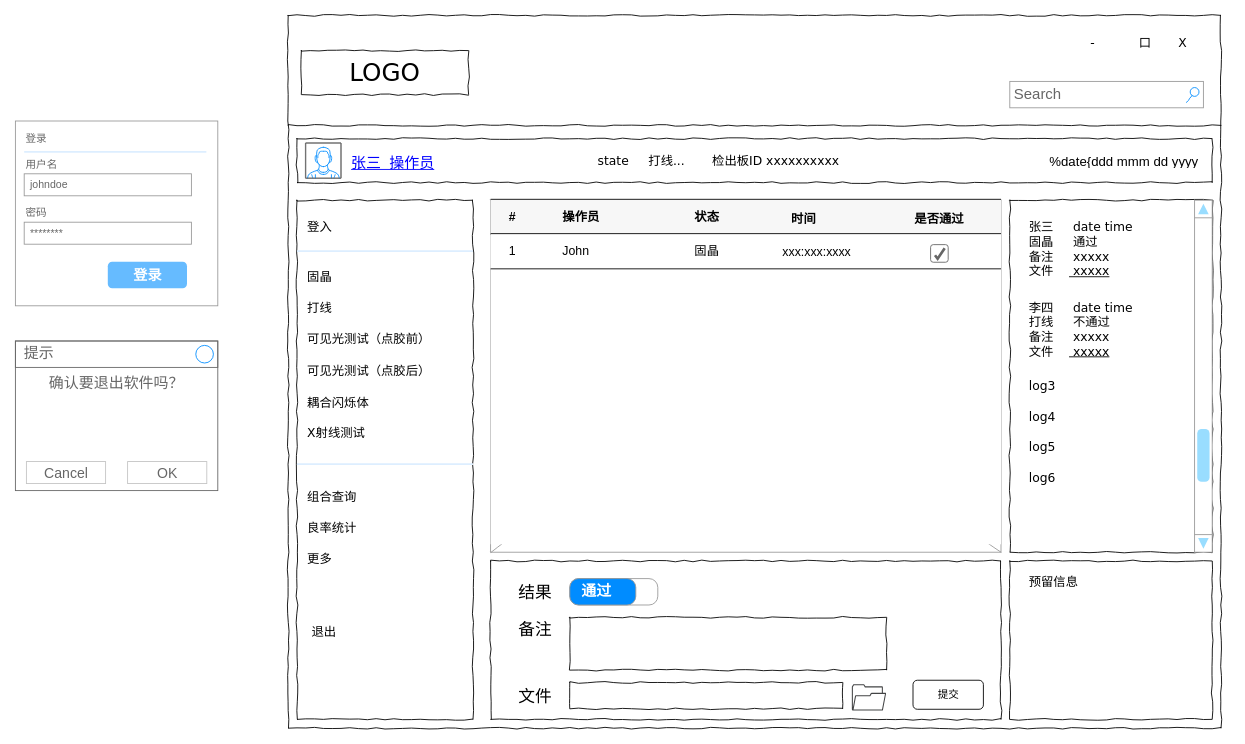
Above: Untitled Diagram.drawio in YanBingxin/Dream (draw.io), before the change. Source tidied: cells renumbered, new cells numbered last; positions are measured from the earlier drawing's top-left corner, leaving out a move shared by most shapes. Both pictures are drawn from the tidied source at 88%, with x=0, y=0 at pixel (15, 15).
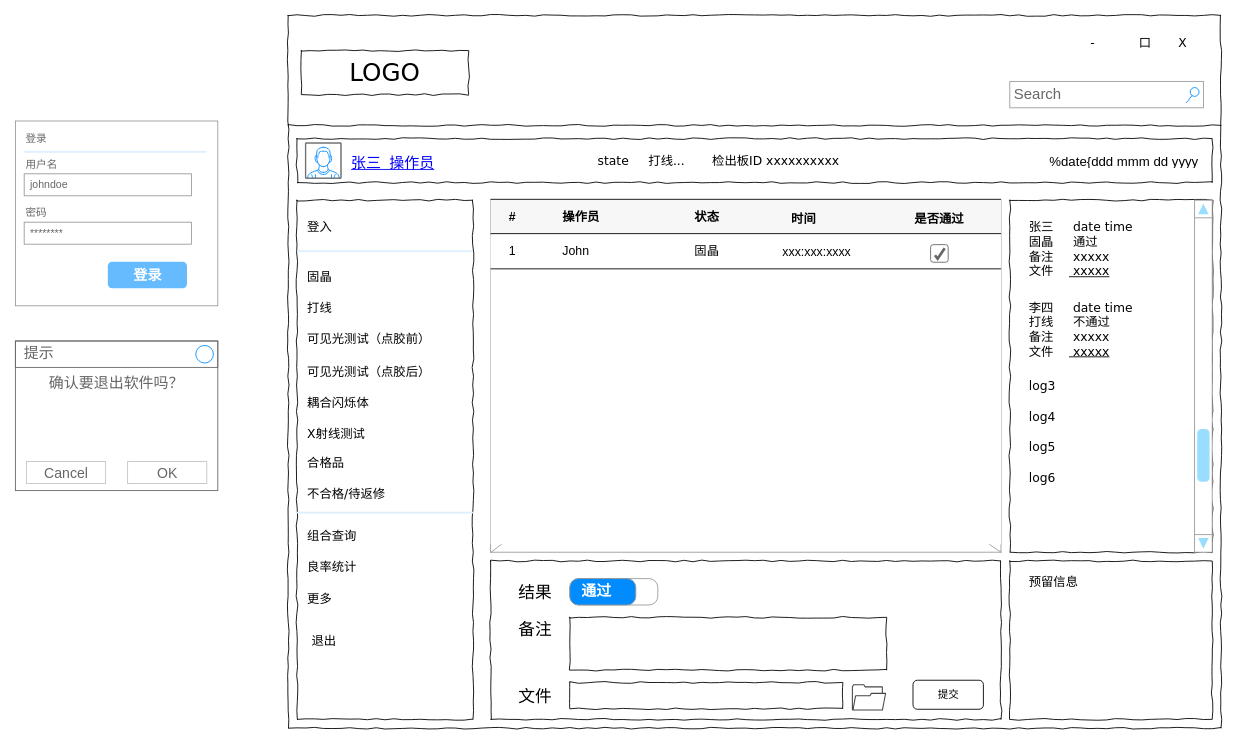
After the change.

The edit, as a diff of the source:
```diff
@@
     <mxCell id="19" value="X射线测试" style="text;html=1;align=left;verticalAlign=top;spacingTop=-4;fontSize=14;fontFamily=Verdana;fontColor=#000000;" parent="1" vertex="1">
-      <mxGeometry x="330" y="464" width="170" height="20" as="geometry" />
+      <mxGeometry x="330" y="465" width="170" height="20" as="geometry" />
     </mxCell>
     <mxCell id="20" value="组合查询" style="text;html=1;align=left;verticalAlign=top;spacingTop=-4;fontSize=14;fontFamily=Verdana;fontColor=#000000;" parent="1" vertex="1">
-      <mxGeometry x="330" y="536" width="170" height="20" as="geometry" />
+      <mxGeometry x="330" y="581" width="170" height="20" as="geometry" />
     </mxCell>
     <mxCell id="21" value="良率统计" style="text;html=1;align=left;verticalAlign=top;spacingTop=-4;fontSize=14;fontFamily=Verdana;fontColor=#000000;" parent="1" vertex="1">
-      <mxGeometry x="330" y="571" width="170" height="20" as="geometry" />
+      <mxGeometry x="330" y="616" width="170" height="20" as="geometry" />
     </mxCell>
     <mxCell id="22" value="更多" style="text;html=1;align=left;verticalAlign=top;spacingTop=-4;fontSize=14;fontFamily=Verdana;fontColor=#000000;" parent="1" vertex="1">
-      <mxGeometry x="330" y="607" width="170" height="20" as="geometry" />
+      <mxGeometry x="330" y="652" width="170" height="20" as="geometry" />
     </mxCell>
     <mxCell id="23" value="可见光测试（点胶后）" style="text;html=1;align=left;verticalAlign=top;spacingTop=-4;fontSize=14;fontFamily=Verdana;fontColor=#000000;" parent="1" vertex="1">
-      <mxGeometry x="330" y="393" width="170" height="20" as="geometry" />
+      <mxGeometry x="330" y="394" width="170" height="20" as="geometry" />
     </mxCell>
     <mxCell id="24" value="耦合闪烁体" style="text;html=1;align=left;verticalAlign=top;spacingTop=-4;fontSize=14;fontFamily=Verdana;fontColor=#000000;" parent="1" vertex="1">
-      <mxGeometry x="330" y="429" width="170" height="20" as="geometry" />
+      <mxGeometry x="330" y="430" width="170" height="20" as="geometry" />
     </mxCell>
     <mxCell id="25" value="退出" style="text;html=1;align=left;verticalAlign=top;spacingTop=-4;fontSize=14;fontFamily=Verdana;fontColor=#000000;" parent="1" vertex="1">
-      <mxGeometry x="335" y="690" width="170" height="20" as="geometry" />
+      <mxGeometry x="335" y="700" width="170" height="20" as="geometry" />
     </mxCell>
@@
     <mxCell id="52" style="shape=line;strokeColor=#ddeeff;strokeWidth=2;html=1;" parent="1" vertex="1">
-      <mxGeometry x="320" y="505" width="200" height="10" as="geometry">
+      <mxGeometry x="320" y="560" width="200" height="10" as="geometry">
         <mxPoint x="10" y="30" as="offset" />
       </mxGeometry>
     </mxCell>
@@
+    <mxCell id="74" value="合格品" style="text;html=1;align=left;verticalAlign=top;spacingTop=-4;fontSize=14;fontFamily=Verdana;fontColor=#000000;" parent="1" vertex="1">
+      <mxGeometry x="330" y="498" width="170" height="20" as="geometry" />
+    </mxCell>
+    <mxCell id="75" value="不合格/待返修" style="text;html=1;align=left;verticalAlign=top;spacingTop=-4;fontSize=14;fontFamily=Verdana;fontColor=#000000;" parent="1" vertex="1">
+      <mxGeometry x="330" y="533" width="170" height="20" as="geometry" />
+    </mxCell>
```
